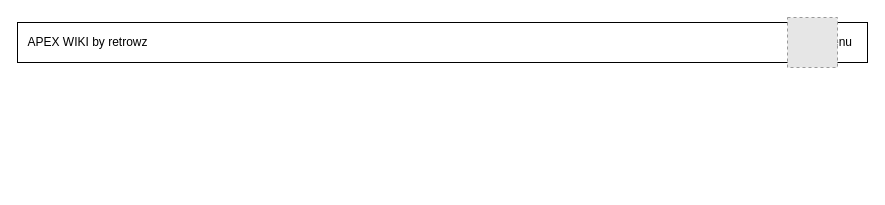
This is Web Design image/Second pages.drawio from Retrowz/DIGITECH1---2022---APEX-SITE, a draw.io file, before an edit. Source tidied: cells renumbered, new cells numbered last; positions are measured from the earlier drawing's top-left corner, leaving out a move shared by most shapes. Both pictures are drawn from the tidied source at 100%, with x=0, y=0 at pixel (17, 17). Pictures stored in the file or linked from it are replaced by grey dashed boxes.
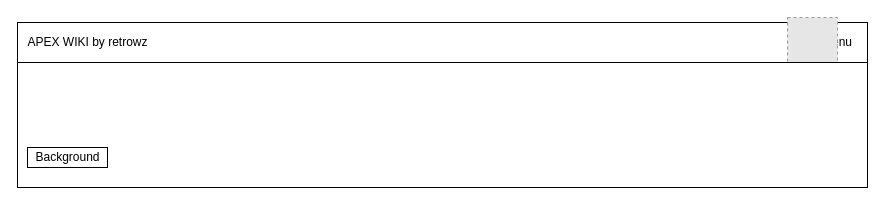
Above is the later version.

The edit, as a diff of the source:
```diff
@@
 <mxGraphModel>
   <root>
     <mxCell id="0" />
     <mxCell id="1" parent="0" />
     <mxCell id="2" style="rounded=0;whiteSpace=wrap;html=1;" parent="1" vertex="1">
       <mxGeometry y="5" width="850" height="40" as="geometry" />
     </mxCell>
     <mxCell id="3" value="APEX WIKI by retrowz" style="text;html=1;align=center;verticalAlign=middle;strokeColor=none;fillColor=none;" parent="1" vertex="1">
       <mxGeometry y="15" width="140" height="20" as="geometry" />
     </mxCell>
     <mxCell id="4" value="Menu" style="text;html=1;strokeColor=none;fillColor=none;align=center;verticalAlign=middle;whiteSpace=wrap;rounded=0;" parent="1" vertex="1">
       <mxGeometry x="790" y="10" width="60" height="30" as="geometry" />
     </mxCell>
     <mxCell id="5" style="fillColor=#E6E6E6;strokeColor=#999999;dashed=1;html=1;verticalAlign=top;verticalLabelPosition=bottom;labelBackgroundColor=#ffffff;" parent="1" vertex="1">
       <mxGeometry x="770" width="50" height="50" as="geometry" />
     </mxCell>
+    <mxCell id="6" style="rounded=0;whiteSpace=wrap;html=1;" parent="1" vertex="1">
+      <mxGeometry y="45" width="850" height="125" as="geometry" />
+    </mxCell>
+    <mxCell id="7" value="Background" style="text;html=1;align=center;verticalAlign=middle;strokeColor=default;fillColor=none;" parent="1" vertex="1">
+      <mxGeometry x="10" y="130" width="80" height="20" as="geometry" />
+    </mxCell>
   </root>
 </mxGraphModel>
```
